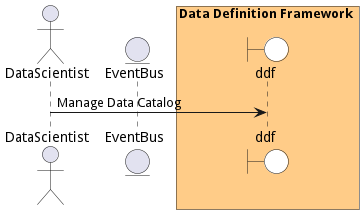
The PlantUML diagram docs/edgemere/diml/ddf/usecases/managemetadata/ManageDataCatalog.png in madajaju/edgemere, before a commit. Its diagram source:
```plantuml
@startuml

actor "DataScientist"


entity EventBus

box Data Definition Framework #ffcc88
    boundary ddf #white
end box



"DataScientist" -> ddf: Manage Data Catalog



@enduml
```
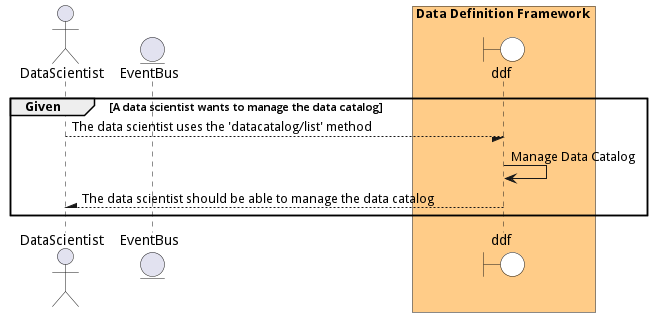
After the change.

What changed in the source:
```diff
@@ -1,4 +1,5 @@
 @startuml
+
 
 actor "DataScientist"
 
@@ -10,9 +11,16 @@
 end box
 
 
+group Given [A data scientist wants to manage the data catalog]
 
-"DataScientist" -> ddf: Manage Data Catalog
+"DataScientist" --/ ddf: The data scientist uses the &#39;datacatalog/list&#39; method
+"ddf" -> ddf: Manage Data Catalog
 
 
 
+"DataScientist" /-- ddf: The data scientist should be able to manage the data catalog
+
+
+end
+
 @enduml
```
